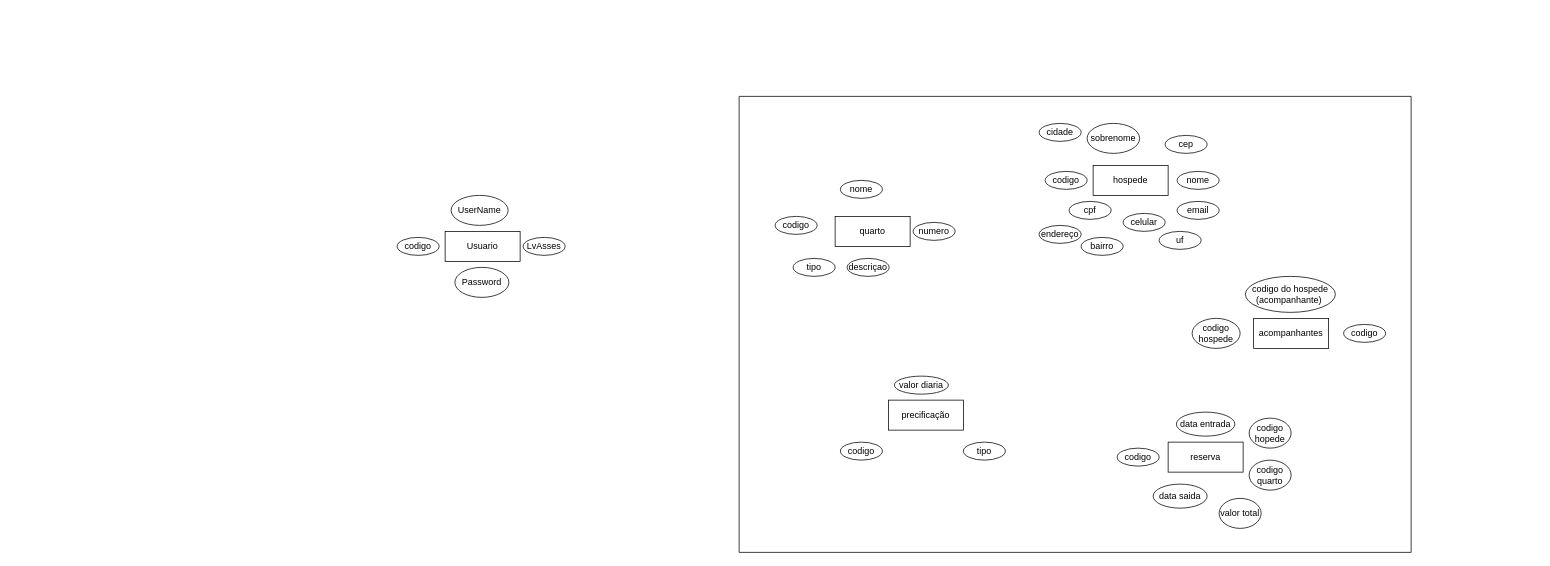
The draw.io diagram Diagrama sem nome.drawio in pedroabcbr/CSharp-Aprendizagem, before the edit. Source tidied: cells renumbered, new cells numbered last; positions are measured from the earlier drawing's top-left corner, leaving out a move shared by most shapes. Both pictures are drawn from the tidied source at 75%, with x=0, y=0 at pixel (397, 96).
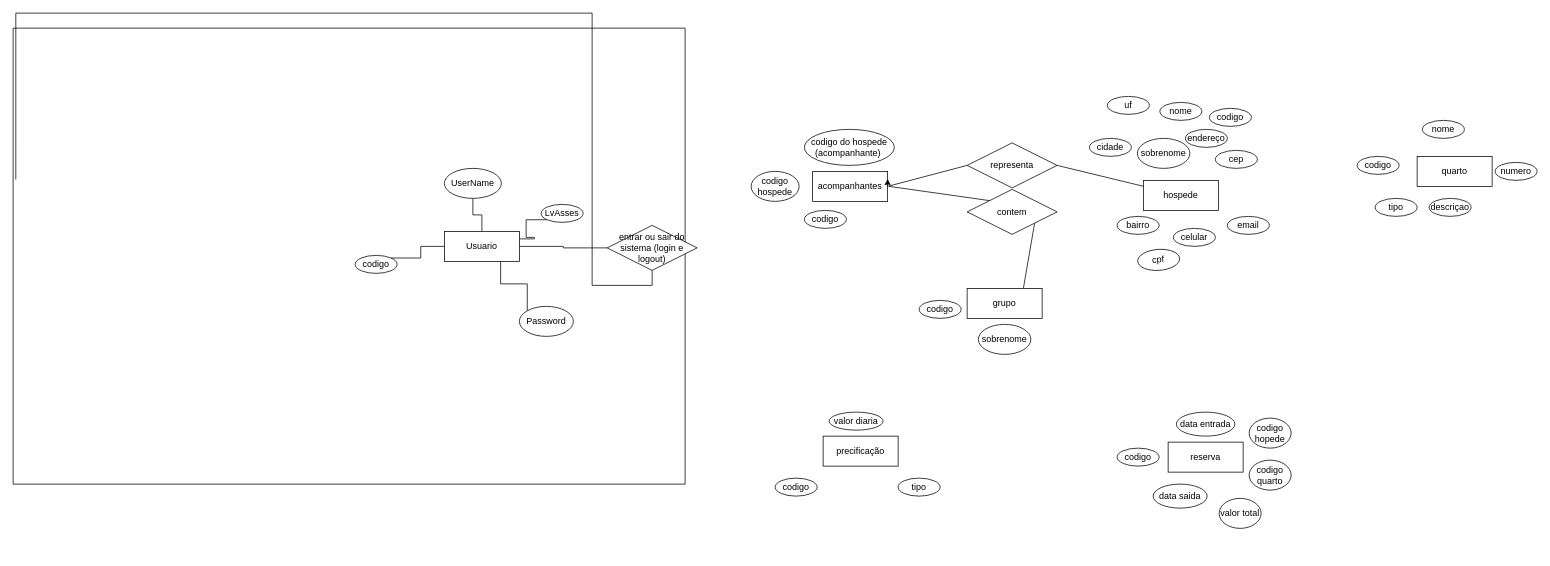
The same diagram, later.

Commit message:
adfssdghfhmgfj bvcafew

Change to the diagram source:
```diff
@@
     <mxCell id="2" style="verticalLabelPosition=bottom;verticalAlign=top;html=1;shape=mxgraph.basic.rect;fillColor2=none;strokeWidth=1;size=20;indent=5;" parent="1" vertex="1">
-      <mxGeometry x="456" width="896" height="608" as="geometry" />
+      <mxGeometry x="-512" y="-91" width="896" height="608" as="geometry" />
     </mxCell>
+    <mxCell id="42" style="edgeStyle=orthogonalEdgeStyle;rounded=0;jettySize=auto;html=1;exitX=1;exitY=0.5;exitDx=0;exitDy=0;entryX=0;entryY=0.5;entryDx=0;entryDy=0;endArrow=none;startFill=0;" parent="1" edge="1" source="3" target="48">
+      <mxGeometry relative="1" as="geometry" />
+    </mxCell>
     <mxCell id="3" value="Usuario" style="whiteSpace=wrap;html=1;align=center;" parent="1" vertex="1">
-      <mxGeometry x="64" y="180" width="100" height="40" as="geometry" />
+      <mxGeometry x="63" y="180" width="100" height="40" as="geometry" />
     </mxCell>
+    <mxCell id="43" style="edgeStyle=orthogonalEdgeStyle;rounded=0;jettySize=auto;html=1;exitX=1;exitY=0;exitDx=0;exitDy=0;strokeColor=default;endArrow=none;startFill=0;" parent="1" edge="1" source="4" target="3">
+      <mxGeometry relative="1" as="geometry" />
+    </mxCell>
     <mxCell id="4" value="codigo" style="ellipse;whiteSpace=wrap;html=1;align=center;" parent="1" vertex="1">
-      <mxGeometry y="188" width="56" height="24" as="geometry" />
+      <mxGeometry x="-56" y="212" width="56" height="24" as="geometry" />
     </mxCell>
+    <mxCell id="44" style="edgeStyle=orthogonalEdgeStyle;rounded=0;jettySize=auto;html=1;exitX=0.5;exitY=1;exitDx=0;exitDy=0;endArrow=none;startFill=0;" parent="1" edge="1" source="5" target="3">
+      <mxGeometry relative="1" as="geometry" />
+    </mxCell>
     <mxCell id="5" value="UserName" style="ellipse;whiteSpace=wrap;html=1;align=center;" parent="1" vertex="1">
-      <mxGeometry x="72" y="132" width="76" height="40" as="geometry" />
+      <mxGeometry x="63" y="96" width="76" height="40" as="geometry" />
     </mxCell>
+    <mxCell id="45" style="edgeStyle=orthogonalEdgeStyle;rounded=0;jettySize=auto;html=1;exitX=0;exitY=0;exitDx=0;exitDy=0;entryX=0.75;entryY=1;entryDx=0;entryDy=0;endArrow=none;startFill=0;" parent="1" edge="1" source="6" target="3">
+      <mxGeometry relative="1" as="geometry" />
+    </mxCell>
     <mxCell id="6" value="Password" style="ellipse;whiteSpace=wrap;html=1;align=center;" parent="1" vertex="1">
-      <mxGeometry x="77" y="228" width="72" height="40" as="geometry" />
+      <mxGeometry x="163" y="280" width="72" height="40" as="geometry" />
     </mxCell>
+    <mxCell id="46" style="edgeStyle=orthogonalEdgeStyle;rounded=0;jettySize=auto;html=1;exitX=0;exitY=1;exitDx=0;exitDy=0;entryX=1;entryY=0.25;entryDx=0;entryDy=0;endArrow=none;startFill=0;" parent="1" edge="1" source="7" target="3">
+      <mxGeometry relative="1" as="geometry" />
+    </mxCell>
     <mxCell id="7" value="LvAsses" style="ellipse;whiteSpace=wrap;html=1;align=center;" parent="1" vertex="1">
-      <mxGeometry x="168" y="188" width="56" height="24" as="geometry" />
+      <mxGeometry x="192" y="144" width="56" height="24" as="geometry" />
     </mxCell>
     <mxCell id="8" value="hospede" style="whiteSpace=wrap;html=1;align=center;" parent="1" vertex="1">
-      <mxGeometry x="928" y="92" width="100" height="40" as="geometry" />
+      <mxGeometry x="995" y="112" width="100" height="40" as="geometry" />
     </mxCell>
     <mxCell id="9" value="codigo" style="ellipse;whiteSpace=wrap;html=1;align=center;" parent="1" vertex="1">
-      <mxGeometry x="864" y="100" width="56" height="24" as="geometry" />
+      <mxGeometry x="1083" y="16" width="56" height="24" as="geometry" />
     </mxCell>
     <mxCell id="10" value="sobrenome" style="ellipse;whiteSpace=wrap;html=1;align=center;" parent="1" vertex="1">
-      <mxGeometry x="920" y="36" width="70" height="40" as="geometry" />
+      <mxGeometry x="987" y="56" width="70" height="40" as="geometry" />
     </mxCell>
     <mxCell id="11" value="nome" style="ellipse;whiteSpace=wrap;html=1;align=center;" parent="1" vertex="1">
-      <mxGeometry x="1040" y="100" width="56" height="24" as="geometry" />
+      <mxGeometry x="1017" y="8" width="56" height="24" as="geometry" />
     </mxCell>
-    <mxCell id="12" value="cpf" style="ellipse;whiteSpace=wrap;html=1;align=center;" parent="1" vertex="1">
-      <mxGeometry x="896" y="140" width="56" height="24" as="geometry" />
+    <mxCell id="12" value="cpf" style="ellipse;whiteSpace=wrap;html=1;align=center;rotation=-4;" parent="1" vertex="1">
+      <mxGeometry x="987.4" y="204" width="56" height="28" as="geometry" />
     </mxCell>
     <mxCell id="13" value="celular" style="ellipse;whiteSpace=wrap;html=1;align=center;" parent="1" vertex="1">
-      <mxGeometry x="968" y="156" width="56" height="24" as="geometry" />
+      <mxGeometry x="1035" y="176" width="56" height="24" as="geometry" />
     </mxCell>
     <mxCell id="14" value="email" style="ellipse;whiteSpace=wrap;html=1;align=center;" parent="1" vertex="1">
-      <mxGeometry x="1040" y="140" width="56" height="24" as="geometry" />
+      <mxGeometry x="1107" y="160" width="56" height="24" as="geometry" />
     </mxCell>
     <mxCell id="15" value="endereço" style="ellipse;whiteSpace=wrap;html=1;align=center;" parent="1" vertex="1">
-      <mxGeometry x="856" y="172" width="56" height="24" as="geometry" />
+      <mxGeometry x="1051" y="44" width="56" height="24" as="geometry" />
     </mxCell>
     <mxCell id="16" value="cep" style="ellipse;whiteSpace=wrap;html=1;align=center;" parent="1" vertex="1">
-      <mxGeometry x="1024" y="52" width="56" height="24" as="geometry" />
+      <mxGeometry x="1091" y="72" width="56" height="24" as="geometry" />
     </mxCell>
     <mxCell id="17" value="bairro" style="ellipse;whiteSpace=wrap;html=1;align=center;" parent="1" vertex="1">
-      <mxGeometry x="912" y="188" width="56" height="24" as="geometry" />
+      <mxGeometry x="960" y="160" width="56" height="24" as="geometry" />
     </mxCell>
     <mxCell id="18" value="cidade" style="ellipse;whiteSpace=wrap;html=1;align=center;" parent="1" vertex="1">
-      <mxGeometry x="856" y="36" width="56" height="24" as="geometry" />
+      <mxGeometry x="923" y="56" width="56" height="24" as="geometry" />
     </mxCell>
     <mxCell id="19" value="uf" style="ellipse;whiteSpace=wrap;html=1;align=center;" parent="1" vertex="1">
-      <mxGeometry x="1016" y="180" width="56" height="24" as="geometry" />
+      <mxGeometry x="947" width="56" height="24" as="geometry" />
     </mxCell>
     <mxCell id="20" value="quarto" style="whiteSpace=wrap;html=1;align=center;" parent="1" vertex="1">
-      <mxGeometry x="584" y="160" width="100" height="40" as="geometry" />
+      <mxGeometry x="1360" y="80" width="100" height="40" as="geometry" />
     </mxCell>
     <mxCell id="21" value="descriçao" style="ellipse;whiteSpace=wrap;html=1;align=center;" parent="1" vertex="1">
-      <mxGeometry x="600" y="216" width="56" height="24" as="geometry" />
+      <mxGeometry x="1376" y="136" width="56" height="24" as="geometry" />
     </mxCell>
     <mxCell id="22" value="tipo" style="ellipse;whiteSpace=wrap;html=1;align=center;" parent="1" vertex="1">
-      <mxGeometry x="528" y="216" width="56" height="24" as="geometry" />
+      <mxGeometry x="1304" y="136" width="56" height="24" as="geometry" />
     </mxCell>
     <mxCell id="23" value="nome" style="ellipse;whiteSpace=wrap;html=1;align=center;" parent="1" vertex="1">
-      <mxGeometry x="591" y="112" width="56" height="24" as="geometry" />
+      <mxGeometry x="1367" y="32" width="56" height="24" as="geometry" />
     </mxCell>
     <mxCell id="24" value="codigo" style="ellipse;whiteSpace=wrap;html=1;align=center;" parent="1" vertex="1">
-      <mxGeometry x="504" y="160" width="56" height="24" as="geometry" />
+      <mxGeometry x="1280" y="80" width="56" height="24" as="geometry" />
     </mxCell>
     <mxCell id="25" value="numero" style="ellipse;whiteSpace=wrap;html=1;align=center;" parent="1" vertex="1">
-      <mxGeometry x="688" y="168" width="56" height="24" as="geometry" />
+      <mxGeometry x="1464" y="88" width="56" height="24" as="geometry" />
     </mxCell>
@@
     <mxCell id="27" value="precificação" style="whiteSpace=wrap;html=1;align=center;" parent="1" vertex="1">
-      <mxGeometry x="655" y="405" width="100" height="40" as="geometry" />
+      <mxGeometry x="568" y="453" width="100" height="40" as="geometry" />
     </mxCell>
     <mxCell id="28" value="codigo" style="ellipse;whiteSpace=wrap;html=1;align=center;" parent="1" vertex="1">
-      <mxGeometry x="591" y="461" width="56" height="24" as="geometry" />
+      <mxGeometry x="504" y="509" width="56" height="24" as="geometry" />
     </mxCell>
     <mxCell id="29" value="valor diaria" style="ellipse;whiteSpace=wrap;html=1;align=center;" parent="1" vertex="1">
-      <mxGeometry x="663" y="373" width="72" height="24" as="geometry" />
+      <mxGeometry x="576" y="421" width="72" height="24" as="geometry" />
     </mxCell>
@@
     <mxCell id="32" value="tipo" style="ellipse;whiteSpace=wrap;html=1;align=center;" parent="1" vertex="1">
-      <mxGeometry x="755" y="461" width="56" height="24" as="geometry" />
+      <mxGeometry x="668" y="509" width="56" height="24" as="geometry" />
     </mxCell>
@@
+    <mxCell id="47" style="rounded=0;jettySize=auto;html=1;exitX=1;exitY=0.5;exitDx=0;exitDy=0;endArrow=none;startFill=0;entryX=0;entryY=0.5;entryDx=0;entryDy=0;" parent="1" edge="1" source="37" target="53">
+      <mxGeometry relative="1" as="geometry" />
+    </mxCell>
     <mxCell id="37" value="acompanhantes" style="whiteSpace=wrap;html=1;align=center;" parent="1" vertex="1">
-      <mxGeometry x="1142" y="296" width="100" height="40" as="geometry" />
+      <mxGeometry x="554" y="100" width="100" height="40" as="geometry" />
     </mxCell>
     <mxCell id="38" value="codigo" style="ellipse;whiteSpace=wrap;html=1;align=center;" parent="1" vertex="1">
-      <mxGeometry x="1262" y="304" width="56" height="24" as="geometry" />
+      <mxGeometry x="543" y="152" width="56" height="24" as="geometry" />
     </mxCell>
     <mxCell id="39" value="codigo hospede" style="ellipse;whiteSpace=wrap;html=1;align=center;" parent="1" vertex="1">
-      <mxGeometry x="1060" y="296" width="64" height="40" as="geometry" />
+      <mxGeometry x="472" y="100" width="64" height="40" as="geometry" />
     </mxCell>
     <mxCell id="40" value="codigo do hospede&lt;div&gt;(acompanhante)&amp;nbsp;&lt;/div&gt;" style="ellipse;whiteSpace=wrap;html=1;align=center;" parent="1" vertex="1">
-      <mxGeometry x="1131" y="240" width="120" height="48" as="geometry" />
+      <mxGeometry x="543" y="44" width="120" height="48" as="geometry" />
     </mxCell>
@@
+    <mxCell id="48" value="entrar ou sair do sistema (login e logout)" style="shape=rhombus;perimeter=rhombusPerimeter;whiteSpace=wrap;html=1;align=center;" parent="1" vertex="1">
+      <mxGeometry x="280" y="172" width="120" height="60" as="geometry" />
+    </mxCell>
+    <mxCell id="49" style="edgeStyle=orthogonalEdgeStyle;rounded=0;orthogonalLoop=1;jettySize=auto;html=1;exitX=0.5;exitY=1;exitDx=0;exitDy=0;" parent="1" edge="1" source="7" target="7">
+      <mxGeometry relative="1" as="geometry" />
+    </mxCell>
+    <mxCell id="50" style="edgeStyle=orthogonalEdgeStyle;rounded=0;orthogonalLoop=1;jettySize=auto;html=1;exitX=0.5;exitY=1;exitDx=0;exitDy=0;" parent="1" edge="1" source="7" target="7">
+      <mxGeometry relative="1" as="geometry" />
+    </mxCell>
+    <mxCell id="51" style="edgeStyle=orthogonalEdgeStyle;rounded=0;jettySize=auto;html=1;entryX=0.004;entryY=0.332;entryDx=0;entryDy=0;entryPerimeter=0;endArrow=none;startFill=0;" parent="1" edge="1" source="48" target="2">
+      <mxGeometry relative="1" as="geometry" />
+    </mxCell>
+    <mxCell id="52" style="rounded=0;jettySize=auto;html=1;endArrow=none;startFill=0;exitX=1;exitY=0.5;exitDx=0;exitDy=0;" parent="1" edge="1" source="53" target="8">
+      <mxGeometry relative="1" as="geometry" />
+    </mxCell>
+    <mxCell id="53" value="representa" style="shape=rhombus;perimeter=rhombusPerimeter;whiteSpace=wrap;html=1;align=center;" parent="1" vertex="1">
+      <mxGeometry x="760" y="62" width="120" height="60" as="geometry" />
+    </mxCell>
+    <mxCell id="54" style="edgeStyle=orthogonalEdgeStyle;rounded=0;orthogonalLoop=1;jettySize=auto;html=1;exitX=1;exitY=0.5;exitDx=0;exitDy=0;entryX=1;entryY=0.25;entryDx=0;entryDy=0;" parent="1" edge="1" source="37" target="37">
+      <mxGeometry relative="1" as="geometry" />
+    </mxCell>
+    <mxCell id="55" style="rounded=0;jettySize=auto;html=1;exitX=0.75;exitY=0;exitDx=0;exitDy=0;entryX=1;entryY=1;entryDx=0;entryDy=0;endArrow=none;startFill=0;" parent="1" edge="1" source="56" target="58">
+      <mxGeometry relative="1" as="geometry" />
+    </mxCell>
+    <mxCell id="56" value="grupo" style="whiteSpace=wrap;html=1;align=center;" parent="1" vertex="1">
+      <mxGeometry x="760" y="256" width="100" height="40" as="geometry" />
+    </mxCell>
+    <mxCell id="57" style="rounded=0;jettySize=auto;html=1;exitX=0;exitY=0;exitDx=0;exitDy=0;endArrow=none;startFill=0;" parent="1" edge="1" source="58">
+      <mxGeometry relative="1" as="geometry">
+        <mxPoint x="656" y="120" as="targetPoint" />
+      </mxGeometry>
+    </mxCell>
+    <mxCell id="58" value="contem" style="shape=rhombus;perimeter=rhombusPerimeter;whiteSpace=wrap;html=1;align=center;" parent="1" vertex="1">
+      <mxGeometry x="760" y="124" width="120" height="60" as="geometry" />
+    </mxCell>
+    <mxCell id="59" value="sobrenome" style="ellipse;whiteSpace=wrap;html=1;align=center;" parent="1" vertex="1">
+      <mxGeometry x="775" y="304" width="70" height="40" as="geometry" />
+    </mxCell>
+    <mxCell id="60" value="codigo" style="ellipse;whiteSpace=wrap;html=1;align=center;" parent="1" vertex="1">
+      <mxGeometry x="696" y="272" width="56" height="24" as="geometry" />
+    </mxCell>
```
